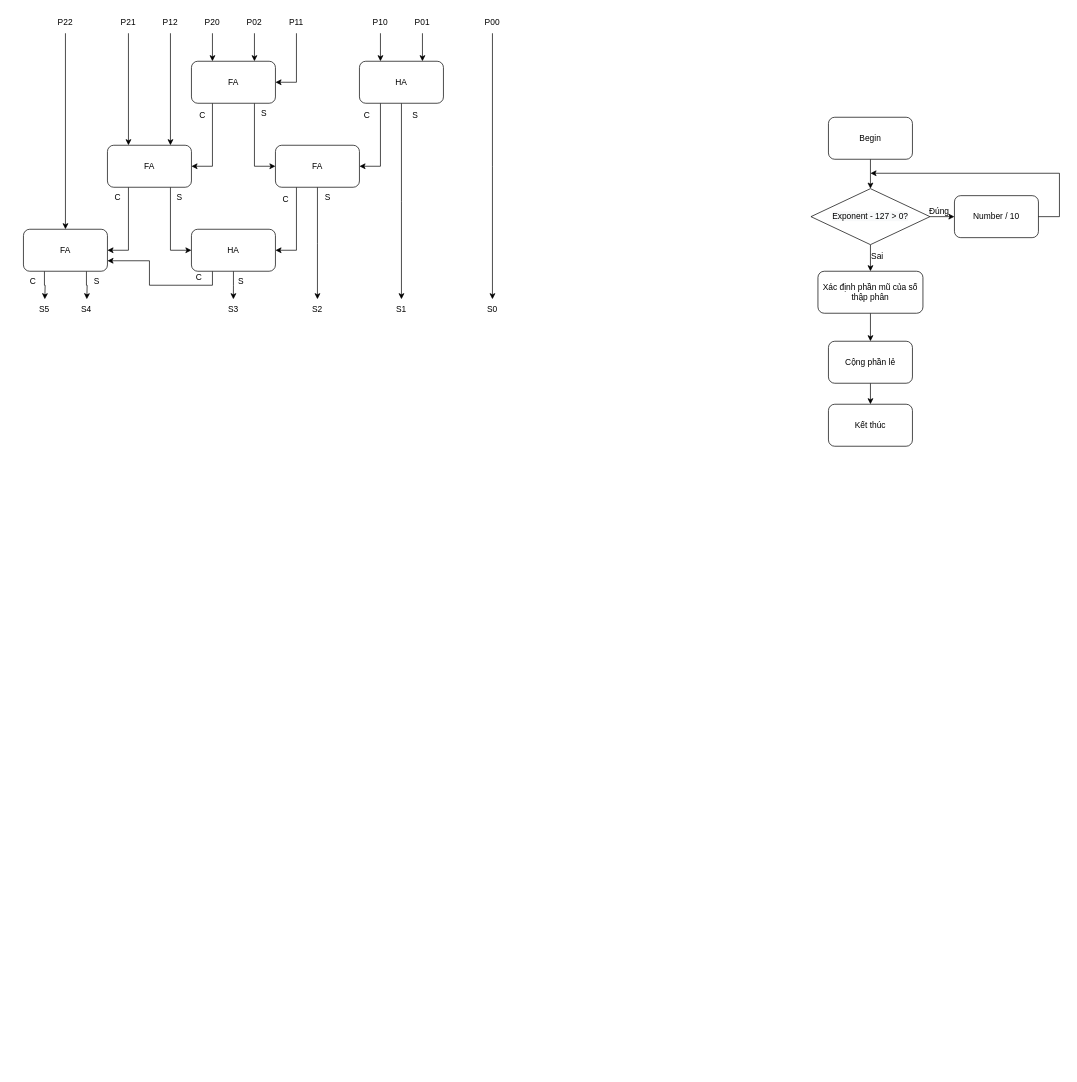
Before: Wallace.drawio in Huy-Luu/TEST, a draw.io diagram. Source tidied: cells renumbered, new cells numbered last; positions are measured from the earlier drawing's top-left corner, leaving out a move shared by most shapes. Both pictures are drawn from the tidied source at 70%, with x=0, y=0 at pixel (12, 12).
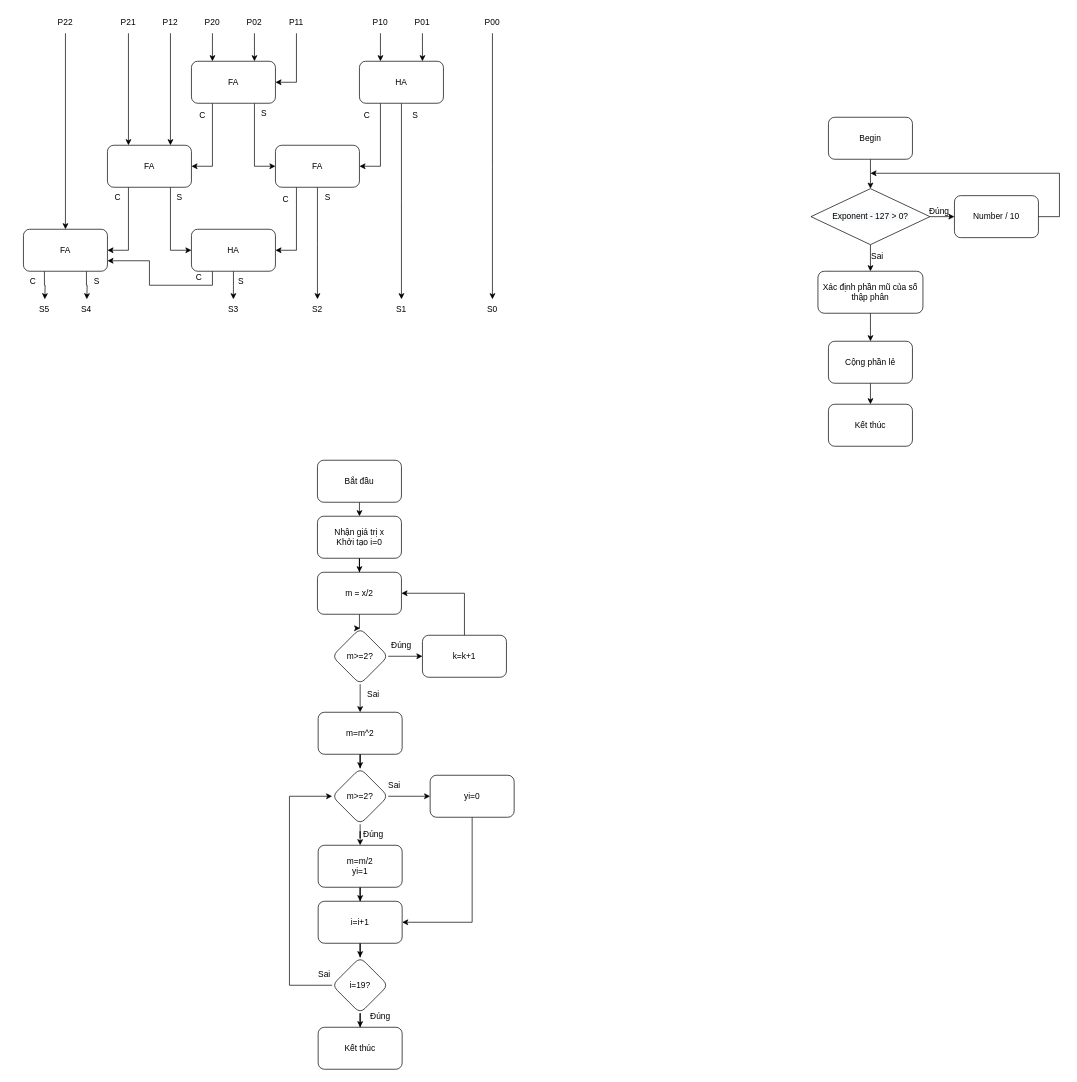
After the change.

Diff of the diagram source:
```diff
@@
+    <mxCell id="70" style="edgeStyle=orthogonalEdgeStyle;rounded=0;jettySize=auto;html=1;exitX=0.5;exitY=1;exitDx=0;exitDy=0;entryX=0.5;entryY=0;entryDx=0;entryDy=0;" parent="1" edge="1" source="71" target="73">
+      <mxGeometry relative="1" as="geometry" />
+    </mxCell>
+    <mxCell id="71" value="Bắt đầu" style="rounded=1;whiteSpace=wrap;html=1;" parent="1" vertex="1">
+      <mxGeometry x="436" y="640" width="120" height="60" as="geometry" />
+    </mxCell>
+    <mxCell id="72" style="edgeStyle=orthogonalEdgeStyle;rounded=0;jettySize=auto;html=1;" parent="1" edge="1" source="73" target="75">
+      <mxGeometry relative="1" as="geometry" />
+    </mxCell>
+    <mxCell id="73" value="Nhận giá trị x&lt;br&gt;Khởi tạo i=0" style="rounded=1;whiteSpace=wrap;html=1;" parent="1" vertex="1">
+      <mxGeometry x="436" y="720" width="120" height="60" as="geometry" />
+    </mxCell>
+    <mxCell id="74" style="edgeStyle=orthogonalEdgeStyle;rounded=0;jettySize=auto;html=1;" parent="1" edge="1" source="75" target="78">
+      <mxGeometry relative="1" as="geometry" />
+    </mxCell>
+    <mxCell id="75" value="m = x/2&lt;br&gt;" style="whiteSpace=wrap;html=1;rounded=1;" parent="1" vertex="1">
+      <mxGeometry x="436" y="800" width="120" height="60" as="geometry" />
+    </mxCell>
+    <mxCell id="76" style="edgeStyle=orthogonalEdgeStyle;rounded=0;jettySize=auto;html=1;" parent="1" edge="1" source="78" target="80">
+      <mxGeometry relative="1" as="geometry" />
+    </mxCell>
+    <mxCell id="77" style="edgeStyle=orthogonalEdgeStyle;rounded=0;jettySize=auto;html=1;" parent="1" edge="1" source="78" target="83">
+      <mxGeometry relative="1" as="geometry" />
+    </mxCell>
+    <mxCell id="78" value="m&amp;gt;=2?" style="rhombus;whiteSpace=wrap;html=1;rounded=1;" parent="1" vertex="1">
+      <mxGeometry x="457" y="880" width="80" height="80" as="geometry" />
+    </mxCell>
+    <mxCell id="79" style="edgeStyle=orthogonalEdgeStyle;rounded=0;jettySize=auto;html=1;exitX=0.5;exitY=0;exitDx=0;exitDy=0;entryX=1;entryY=0.5;entryDx=0;entryDy=0;" parent="1" edge="1" source="80" target="75">
+      <mxGeometry relative="1" as="geometry" />
+    </mxCell>
+    <mxCell id="80" value="k=k+1" style="whiteSpace=wrap;html=1;rounded=1;" parent="1" vertex="1">
+      <mxGeometry x="586" y="890" width="120" height="60" as="geometry" />
+    </mxCell>
+    <mxCell id="81" value="Đúng" style="text;html=1;strokeColor=none;fillColor=none;align=center;verticalAlign=middle;whiteSpace=wrap;rounded=0;" parent="1" vertex="1">
+      <mxGeometry x="526" y="890" width="60" height="30" as="geometry" />
+    </mxCell>
+    <mxCell id="82" style="edgeStyle=orthogonalEdgeStyle;rounded=0;jettySize=auto;html=1;" parent="1" edge="1" source="83" target="87">
+      <mxGeometry relative="1" as="geometry" />
+    </mxCell>
+    <mxCell id="83" value="m=m^2" style="whiteSpace=wrap;html=1;rounded=1;" parent="1" vertex="1">
+      <mxGeometry x="437" y="1000" width="120" height="60" as="geometry" />
+    </mxCell>
+    <mxCell id="84" value="Sai" style="text;html=1;strokeColor=none;fillColor=none;align=center;verticalAlign=middle;whiteSpace=wrap;rounded=0;" parent="1" vertex="1">
+      <mxGeometry x="486" y="960" width="60" height="30" as="geometry" />
+    </mxCell>
+    <mxCell id="85" style="edgeStyle=orthogonalEdgeStyle;rounded=0;jettySize=auto;html=1;" parent="1" edge="1" source="87" target="89">
+      <mxGeometry relative="1" as="geometry" />
+    </mxCell>
+    <mxCell id="86" style="edgeStyle=orthogonalEdgeStyle;rounded=0;jettySize=auto;html=1;" parent="1" edge="1" source="87" target="91">
+      <mxGeometry relative="1" as="geometry" />
+    </mxCell>
+    <mxCell id="87" value="m&amp;gt;=2?" style="rhombus;whiteSpace=wrap;html=1;rounded=1;" parent="1" vertex="1">
+      <mxGeometry x="457" y="1080" width="80" height="80" as="geometry" />
+    </mxCell>
+    <mxCell id="88" style="edgeStyle=orthogonalEdgeStyle;rounded=0;jettySize=auto;html=1;" parent="1" edge="1" source="89" target="93">
+      <mxGeometry relative="1" as="geometry" />
+    </mxCell>
+    <mxCell id="89" value="m=m/2&lt;br&gt;yi=1" style="whiteSpace=wrap;html=1;rounded=1;" parent="1" vertex="1">
+      <mxGeometry x="437" y="1190" width="120" height="60" as="geometry" />
+    </mxCell>
+    <mxCell id="90" style="edgeStyle=orthogonalEdgeStyle;rounded=0;jettySize=auto;html=1;exitX=0.5;exitY=1;exitDx=0;exitDy=0;entryX=1;entryY=0.5;entryDx=0;entryDy=0;" parent="1" edge="1" source="91" target="93">
+      <mxGeometry relative="1" as="geometry" />
+    </mxCell>
+    <mxCell id="91" value="yi=0" style="whiteSpace=wrap;html=1;rounded=1;" parent="1" vertex="1">
+      <mxGeometry x="597" y="1090" width="120" height="60" as="geometry" />
+    </mxCell>
+    <mxCell id="92" style="edgeStyle=orthogonalEdgeStyle;rounded=0;jettySize=auto;html=1;" parent="1" edge="1" source="93" target="96">
+      <mxGeometry relative="1" as="geometry" />
+    </mxCell>
+    <mxCell id="93" value="i=i+1" style="whiteSpace=wrap;html=1;rounded=1;" parent="1" vertex="1">
+      <mxGeometry x="437" y="1270" width="120" height="60" as="geometry" />
+    </mxCell>
+    <mxCell id="94" style="edgeStyle=orthogonalEdgeStyle;rounded=0;jettySize=auto;html=1;exitX=0;exitY=0.5;exitDx=0;exitDy=0;entryX=0;entryY=0.5;entryDx=0;entryDy=0;" parent="1" edge="1" source="96" target="87">
+      <mxGeometry relative="1" as="geometry">
+        <Array as="points">
+          <mxPoint x="396" y="1390" />
+          <mxPoint x="396" y="1120" />
+        </Array>
+      </mxGeometry>
+    </mxCell>
+    <mxCell id="95" style="edgeStyle=orthogonalEdgeStyle;rounded=0;jettySize=auto;html=1;" parent="1" edge="1" source="96" target="97">
+      <mxGeometry relative="1" as="geometry" />
+    </mxCell>
+    <mxCell id="96" value="i=19?&lt;br&gt;" style="rhombus;whiteSpace=wrap;html=1;rounded=1;" parent="1" vertex="1">
+      <mxGeometry x="457" y="1350" width="80" height="80" as="geometry" />
+    </mxCell>
+    <mxCell id="97" value="Kết thúc" style="whiteSpace=wrap;html=1;rounded=1;" parent="1" vertex="1">
+      <mxGeometry x="437" y="1450" width="120" height="60" as="geometry" />
+    </mxCell>
+    <mxCell id="98" value="Đúng" style="text;html=1;strokeColor=none;fillColor=none;align=center;verticalAlign=middle;whiteSpace=wrap;rounded=0;" parent="1" vertex="1">
+      <mxGeometry x="486" y="1160" width="60" height="30" as="geometry" />
+    </mxCell>
+    <mxCell id="99" value="Đúng" style="text;html=1;strokeColor=none;fillColor=none;align=center;verticalAlign=middle;whiteSpace=wrap;rounded=0;" parent="1" vertex="1">
+      <mxGeometry x="496" y="1420" width="60" height="30" as="geometry" />
+    </mxCell>
+    <mxCell id="100" value="Sai" style="text;html=1;strokeColor=none;fillColor=none;align=center;verticalAlign=middle;whiteSpace=wrap;rounded=0;" parent="1" vertex="1">
+      <mxGeometry x="516" y="1090" width="60" height="30" as="geometry" />
+    </mxCell>
+    <mxCell id="101" value="Sai" style="text;html=1;strokeColor=none;fillColor=none;align=center;verticalAlign=middle;whiteSpace=wrap;rounded=0;" parent="1" vertex="1">
+      <mxGeometry x="416" y="1360" width="60" height="30" as="geometry" />
+    </mxCell>
```
